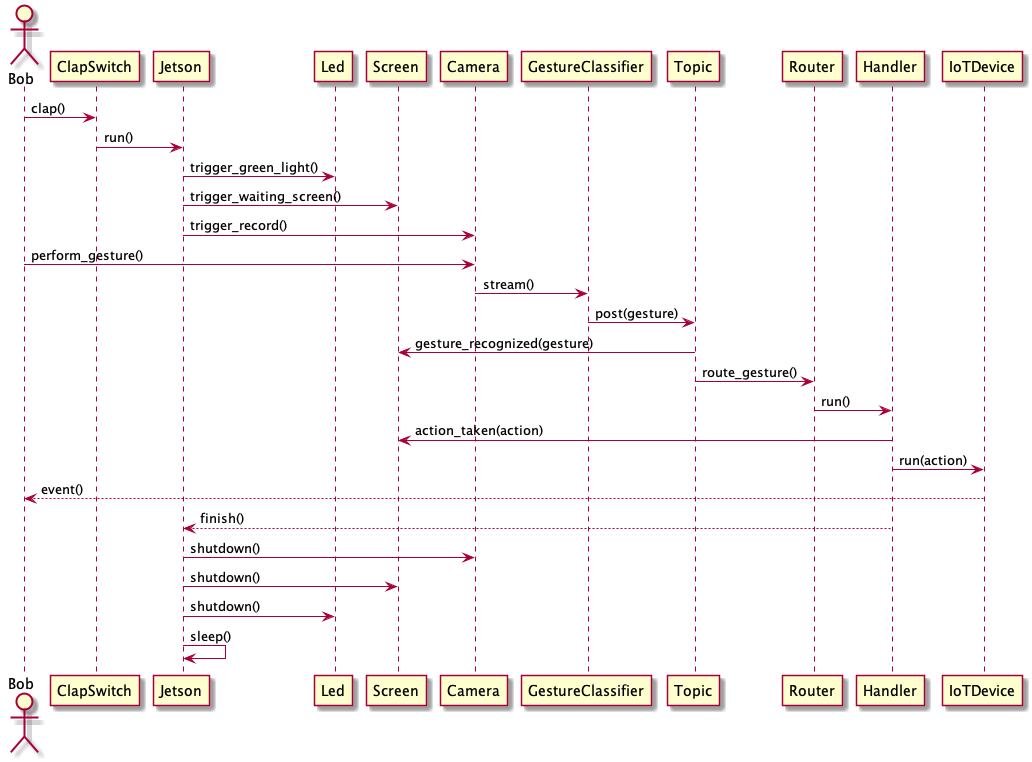
Before: figures/overview.png, a diagram exported from PlantUML (capstone-winners/diagrams). The source it was exported from:
```plantuml
@startuml

actor Bob

Bob -> ClapSwitch: clap()
ClapSwitch -> Jetson: run()
Jetson -> Led: trigger_green_light()
Jetson -> Screen: trigger_waiting_screen()
Jetson -> Camera: trigger_record()
Bob -> Camera: perform_gesture()
Camera -> GestureClassifier: stream()
GestureClassifier -> Topic: post(gesture)
Topic -> Screen: gesture_recognized(gesture)
Topic -> Router: route_gesture()
Router -> Handler: run()
Handler -> Screen: action_taken(action)
Handler -> IoTDevice: run(action)
IoTDevice --> Bob: event()
Handler --> Jetson: finish()
Jetson -> Camera: shutdown()
Jetson -> Screen: shutdown()
Jetson -> Led: shutdown()
Jetson -> Jetson: sleep()

@enduml
```
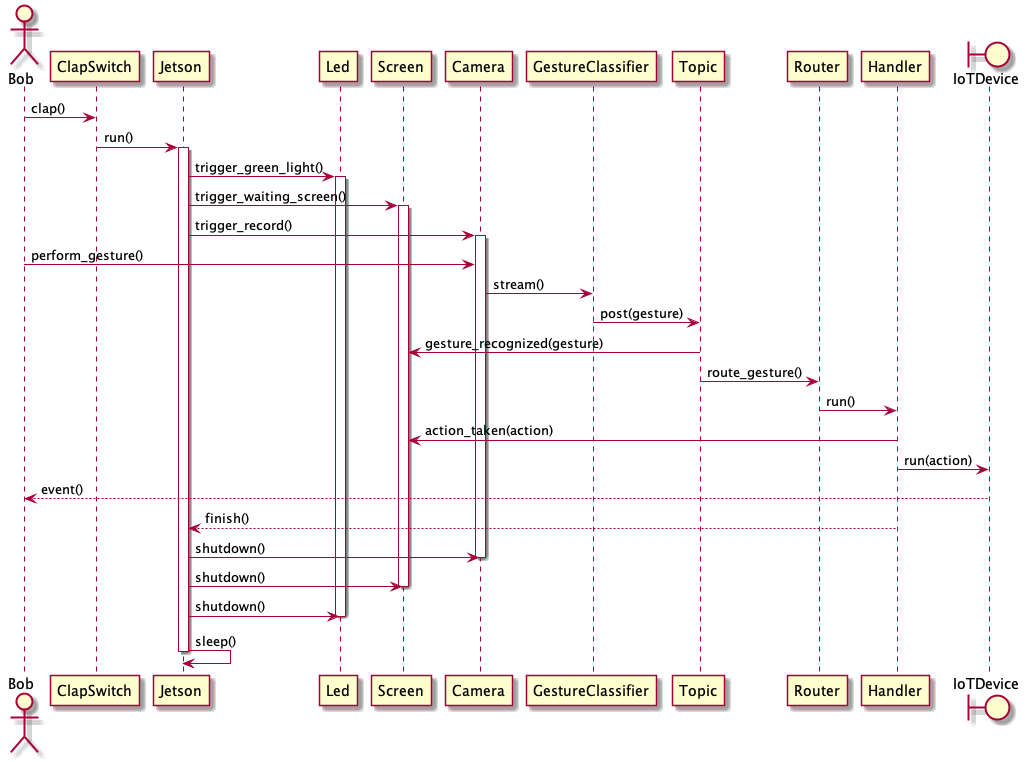
Above is the later version.

Diff of the diagram source:
```diff
@@ -4,9 +4,17 @@
 
 Bob -> ClapSwitch: clap()
 ClapSwitch -> Jetson: run()
+activate Jetson
+
 Jetson -> Led: trigger_green_light()
+activate Led
+
 Jetson -> Screen: trigger_waiting_screen()
+activate Screen
+
 Jetson -> Camera: trigger_record()
+activate Camera
+
 Bob -> Camera: perform_gesture()
 Camera -> GestureClassifier: stream()
 GestureClassifier -> Topic: post(gesture)
@@ -14,12 +22,21 @@
 Topic -> Router: route_gesture()
 Router -> Handler: run()
 Handler -> Screen: action_taken(action)
+
+boundary IoTDevice
 Handler -> IoTDevice: run(action)
 IoTDevice --> Bob: event()
 Handler --> Jetson: finish()
 Jetson -> Camera: shutdown()
+deactivate Camera
+
 Jetson -> Screen: shutdown()
+deactivate Screen
+
 Jetson -> Led: shutdown()
+deactivate Led
+
 Jetson -> Jetson: sleep()
+deactivate Jetson
 
 @enduml
```
